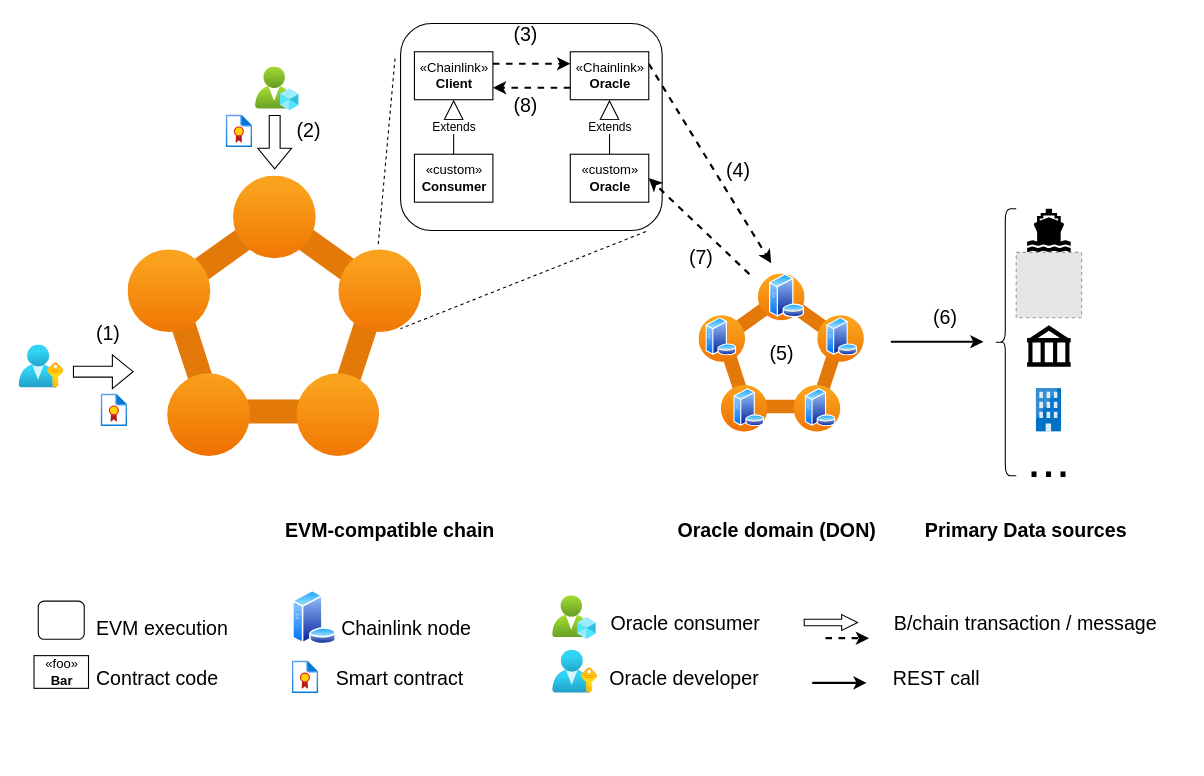
This is page "DON" (1 of 2) of assets/resources/chainlink-oracle/chainlink_oracle.drawio from sgerogia/sgerogia.github.io, a draw.io file, before an edit. Source tidied: cells renumbered, new cells numbered last; positions are measured from the earlier drawing's top-left corner, leaving out a move shared by most shapes. Both pictures are drawn from the tidied source at 109%, with x=0, y=0 at pixel (19, 19). Pictures stored in the file or linked from it are replaced by grey dashed boxes.
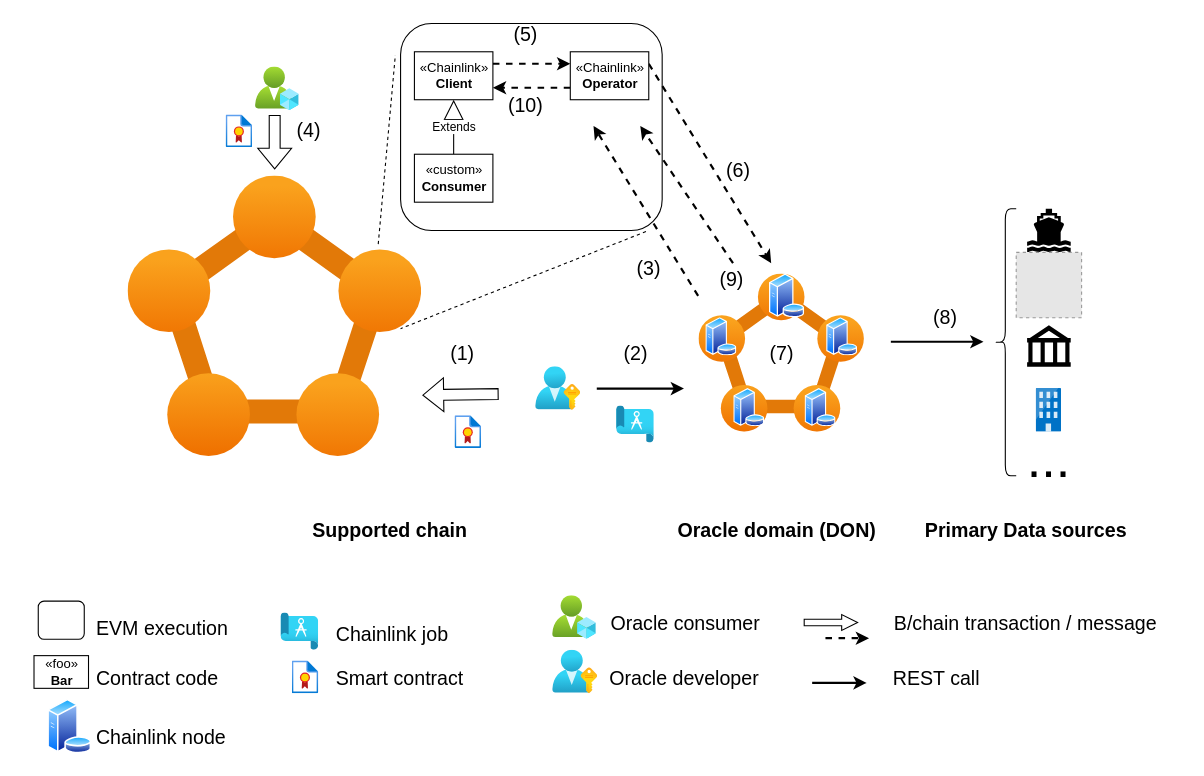
After the change.

The edit, as a diff of the source:
```diff
@@
-    <mxCell id="12" value="&lt;span style=&quot;font-size: 18px;&quot;&gt;EVM-compatible chain&lt;/span&gt;" style="text;html=1;strokeColor=none;fillColor=none;align=center;verticalAlign=middle;whiteSpace=wrap;rounded=0;fontSize=48;fontStyle=1;" parent="1" vertex="1">
+    <mxCell id="12" value="&lt;span style=&quot;font-size: 18px;&quot;&gt;Supported chain&lt;/span&gt;" style="text;html=1;strokeColor=none;fillColor=none;align=center;verticalAlign=middle;whiteSpace=wrap;rounded=0;fontSize=48;fontStyle=1;" parent="1" vertex="1">
       <mxGeometry x="230" y="444" width="220.8" height="30" as="geometry" />
     </mxCell>
@@
     <mxCell id="15" style="perimeter=ellipsePerimeter;html=1;align=center;shadow=0;dashed=0;spacingTop=3;image;image=img/lib/active_directory/database_server.svg;" parent="1" vertex="1">
-      <mxGeometry x="250.6" y="524" width="41" height="50" as="geometry" />
+      <mxGeometry x="26" y="624" width="41" height="50" as="geometry" />
     </mxCell>
     <mxCell id="16" value="&lt;font style=&quot;font-size: 18px&quot;&gt;Chainlink node&lt;/font&gt;" style="text;html=1;strokeColor=none;fillColor=none;align=left;verticalAlign=middle;whiteSpace=wrap;rounded=0;fontSize=48;" parent="1" vertex="1">
-      <mxGeometry x="293.6" y="534" width="148" height="30" as="geometry" />
+      <mxGeometry x="69" y="634" width="148" height="30" as="geometry" />
     </mxCell>
@@
     <mxCell id="18" style="html=1;align=center;image;fontSize=12;image=img/lib/azure2/azure_stack/User_Subscriptions.svg;" parent="1" vertex="1">
-      <mxGeometry y="299" width="41.2" height="40" as="geometry" />
+      <mxGeometry x="474" y="319" width="41.2" height="40" as="geometry" />
     </mxCell>
@@
     <mxCell id="20" style="html=1;align=center;image;fontSize=12;image=img/lib/azure2/management_governance/Compliance.svg;" parent="1" vertex="1">
-      <mxGeometry x="75.3" y="344" width="24.4" height="30" as="geometry" />
+      <mxGeometry x="400" y="364" width="24.4" height="30" as="geometry" />
     </mxCell>
     <mxCell id="21" style="shape=flexArrow;endArrow=none;html=1;rounded=0;fontSize=18;startArrow=block;endFill=0;" parent="1" edge="1">
       <mxGeometry relative="1" as="geometry">
-        <mxPoint x="105.1" y="323.5" as="sourcePoint" />
-        <mxPoint x="49.4" y="323.5" as="targetPoint" />
+        <mxPoint x="370" y="345" as="sourcePoint" />
+        <mxPoint x="440" y="344" as="targetPoint" />
       </mxGeometry>
     </mxCell>
@@
     <mxCell id="34" value="(1)" style="text;html=1;strokeColor=none;fillColor=none;align=center;verticalAlign=middle;whiteSpace=wrap;rounded=0;fontSize=18;" parent="1" vertex="1">
-      <mxGeometry x="52.3" y="274" width="60" height="30" as="geometry" />
+      <mxGeometry x="376.6" y="291.5" width="60" height="30" as="geometry" />
     </mxCell>
-    <mxCell id="35" value="(2)" style="text;html=1;strokeColor=none;fillColor=none;align=center;verticalAlign=middle;whiteSpace=wrap;rounded=0;fontSize=18;" parent="1" vertex="1">
+    <mxCell id="35" value="(4)" style="text;html=1;strokeColor=none;fillColor=none;align=center;verticalAlign=middle;whiteSpace=wrap;rounded=0;fontSize=18;" parent="1" vertex="1">
       <mxGeometry x="236" y="88" width="60" height="30" as="geometry" />
     </mxCell>
@@
-    <mxCell id="41" value="(3)" style="text;html=1;strokeColor=none;fillColor=none;align=center;verticalAlign=middle;whiteSpace=wrap;rounded=0;fontSize=18;" parent="1" vertex="1">
+    <mxCell id="41" value="(5)" style="text;html=1;strokeColor=none;fillColor=none;align=center;verticalAlign=middle;whiteSpace=wrap;rounded=0;fontSize=18;" parent="1" vertex="1">
       <mxGeometry x="434.7" width="60" height="30" as="geometry" />
     </mxCell>
-    <mxCell id="42" value="(4)" style="text;html=1;strokeColor=none;fillColor=none;align=center;verticalAlign=middle;whiteSpace=wrap;rounded=0;fontSize=18;" parent="1" vertex="1">
+    <mxCell id="42" value="(6)" style="text;html=1;strokeColor=none;fillColor=none;align=center;verticalAlign=middle;whiteSpace=wrap;rounded=0;fontSize=18;" parent="1" vertex="1">
       <mxGeometry x="629.8" y="124" width="60" height="30" as="geometry" />
     </mxCell>
-    <mxCell id="43" value="(6)" style="text;html=1;strokeColor=none;fillColor=none;align=center;verticalAlign=middle;whiteSpace=wrap;rounded=0;fontSize=18;" parent="1" vertex="1">
+    <mxCell id="43" value="(8)" style="text;html=1;strokeColor=none;fillColor=none;align=center;verticalAlign=middle;whiteSpace=wrap;rounded=0;fontSize=18;" parent="1" vertex="1">
       <mxGeometry x="819.8" y="259" width="60" height="30" as="geometry" />
     </mxCell>
-    <mxCell id="44" value="(7)" style="text;html=1;strokeColor=none;fillColor=none;align=center;verticalAlign=middle;whiteSpace=wrap;rounded=0;fontSize=18;" parent="1" vertex="1">
-      <mxGeometry x="595.6" y="204" width="60" height="30" as="geometry" />
+    <mxCell id="44" value="(9)" style="text;html=1;strokeColor=none;fillColor=none;align=center;verticalAlign=middle;whiteSpace=wrap;rounded=0;fontSize=18;" parent="1" vertex="1">
+      <mxGeometry x="623.8" y="224" width="60" height="30" as="geometry" />
     </mxCell>
@@
-    <mxCell id="49" value="Extends" style="endArrow=block;endSize=16;endFill=0;html=1;rounded=0;entryX=0.5;entryY=1;entryDx=0;entryDy=0;exitX=0.5;exitY=0;exitDx=0;exitDy=0;" parent="1" edge="1" source="50" target="51">
-      <mxGeometry relative="1" as="geometry" />
-    </mxCell>
-    <mxCell id="50" value="«custom»&lt;br&gt;&lt;b&gt;Oracle&lt;/b&gt;" style="html=1;" parent="1" vertex="1">
-      <mxGeometry x="505.7" y="124" width="72" height="44" as="geometry" />
-    </mxCell>
-    <mxCell id="51" value="«Chainlink»&lt;br&gt;&lt;b&gt;Oracle&lt;/b&gt;" style="html=1;" parent="1" vertex="1">
+    <mxCell id="51" value="«Chainlink»&lt;br&gt;&lt;b&gt;Operator&lt;/b&gt;" style="html=1;" parent="1" vertex="1">
       <mxGeometry x="505.7" y="30" width="72" height="44" as="geometry" />
     </mxCell>
-    <mxCell id="52" style="endArrow=classic;html=1;rounded=0;fontSize=18;strokeWidth=2;dashed=1;entryX=1;entryY=0.5;entryDx=0;entryDy=0;" parent="1" edge="1" target="50">
+    <mxCell id="52" style="endArrow=classic;html=1;rounded=0;fontSize=18;strokeWidth=2;dashed=1;" parent="1" edge="1">
       <mxGeometry relative="1" as="geometry">
-        <mxPoint x="670" y="234" as="sourcePoint" />
+        <mxPoint x="655" y="224" as="sourcePoint" />
+        <mxPoint x="569.9" y="98" as="targetPoint" />
       </mxGeometry>
     </mxCell>
@@
-    <mxCell id="57" value="(8)" style="text;html=1;strokeColor=none;fillColor=none;align=center;verticalAlign=middle;whiteSpace=wrap;rounded=0;fontSize=18;" parent="1" vertex="1">
+    <mxCell id="57" value="(10)" style="text;html=1;strokeColor=none;fillColor=none;align=center;verticalAlign=middle;whiteSpace=wrap;rounded=0;fontSize=18;" parent="1" vertex="1">
       <mxGeometry x="434.7" y="65" width="60" height="30" as="geometry" />
     </mxCell>
@@
-    <mxCell id="62" value="(5)" style="text;html=1;strokeColor=none;fillColor=none;align=center;verticalAlign=middle;whiteSpace=wrap;rounded=0;fontSize=18;" parent="1" vertex="1">
+    <mxCell id="62" value="(7)" style="text;html=1;strokeColor=none;fillColor=none;align=center;verticalAlign=middle;whiteSpace=wrap;rounded=0;fontSize=18;" parent="1" vertex="1">
       <mxGeometry x="669.7" y="291.5" width="60" height="30" as="geometry" />
     </mxCell>
+    <mxCell id="63" style="endArrow=classic;html=1;rounded=0;fontSize=18;strokeWidth=2;" parent="1" edge="1">
+      <mxGeometry relative="1" as="geometry">
+        <mxPoint x="530" y="339" as="sourcePoint" />
+        <mxPoint x="610" y="339" as="targetPoint" />
+      </mxGeometry>
+    </mxCell>
+    <mxCell id="64" value="(2)" style="text;html=1;strokeColor=none;fillColor=none;align=center;verticalAlign=middle;whiteSpace=wrap;rounded=0;fontSize=18;" parent="1" vertex="1">
+      <mxGeometry x="535.6" y="291.5" width="60" height="30" as="geometry" />
+    </mxCell>
+    <mxCell id="65" style="html=1;align=center;image;fontSize=12;image=img/lib/azure2/management_governance/Blueprints.svg;" parent="1" vertex="1">
+      <mxGeometry x="240.4" y="545" width="34.5" height="34" as="geometry" />
+    </mxCell>
+    <mxCell id="66" value="&lt;font style=&quot;font-size: 18px&quot;&gt;Chainlink job&lt;/font&gt;" style="text;html=1;strokeColor=none;fillColor=none;align=left;verticalAlign=middle;whiteSpace=wrap;rounded=0;fontSize=48;" parent="1" vertex="1">
+      <mxGeometry x="288.6" y="539" width="148" height="30" as="geometry" />
+    </mxCell>
+    <mxCell id="67" style="html=1;align=center;image;fontSize=12;image=img/lib/azure2/management_governance/Blueprints.svg;" parent="1" vertex="1">
+      <mxGeometry x="548.3" y="355" width="34.5" height="34" as="geometry" />
+    </mxCell>
+    <mxCell id="68" style="endArrow=classic;html=1;rounded=0;fontSize=18;strokeWidth=2;dashed=1;" parent="1" edge="1">
+      <mxGeometry relative="1" as="geometry">
+        <mxPoint x="623" y="254" as="sourcePoint" />
+        <mxPoint x="527" y="98" as="targetPoint" />
+      </mxGeometry>
+    </mxCell>
+    <mxCell id="69" value="(3)" style="text;html=1;strokeColor=none;fillColor=none;align=center;verticalAlign=middle;whiteSpace=wrap;rounded=0;fontSize=18;" parent="1" vertex="1">
+      <mxGeometry x="548.3" y="214" width="60" height="30" as="geometry" />
+    </mxCell>
```
